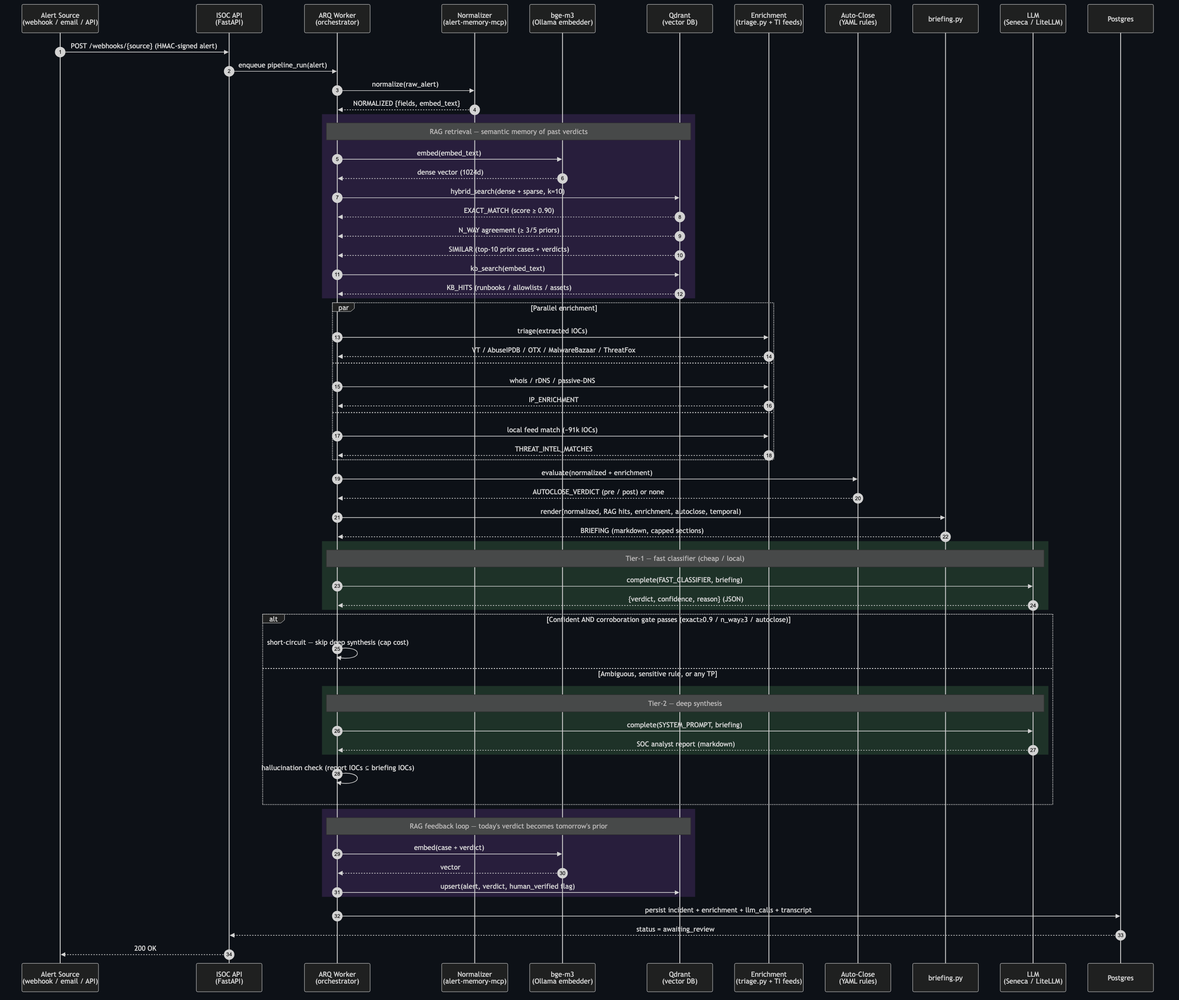
Before: docs/rag-pipeline-sequence.png, a diagram exported from Mermaid (tallcyberguy/eksir). Its source is kept beside it as docs/rag-pipeline-sequence.mmd. Its diagram source:
```mermaid
sequenceDiagram
    autonumber
    participant SRC as Alert Source<br/>(webhook / email / API)
    participant API as ISOC API<br/>(FastAPI)
    participant W as ARQ Worker<br/>(orchestrator)
    participant N as Normalizer<br/>(alert-memory-mcp)
    participant E as bge-m3<br/>(Ollama embedder)
    participant Q as Qdrant<br/>(vector DB)
    participant TI as Enrichment<br/>(triage.py + TI feeds)
    participant AC as Auto-Close<br/>(YAML rules)
    participant B as briefing.py
    participant LLM as LLM<br/>(Seneca / LiteLLM)
    participant DB as Postgres

    SRC->>API: POST /webhooks/{source} (HMAC-signed alert)
    API->>W: enqueue pipeline_run(alert)
    W->>N: normalize(raw_alert)
    N-->>W: NORMALIZED {fields, embed_text}

    rect rgb(40, 30, 60)
    Note over W,Q: RAG retrieval — semantic memory of past verdicts
    W->>E: embed(embed_text)
    E-->>W: dense vector (1024d)
    W->>Q: hybrid_search(dense + sparse, k=10)
    Q-->>W: EXACT_MATCH (score ≥ 0.90)
    Q-->>W: N_WAY agreement (≥ 3/5 priors)
    Q-->>W: SIMILAR (top-10 prior cases + verdicts)
    W->>Q: kb_search(embed_text)
    Q-->>W: KB_HITS (runbooks / allowlists / assets)
    end

    par Parallel enrichment
        W->>TI: triage(extracted IOCs)
        TI-->>W: VT / AbuseIPDB / OTX / MalwareBazaar / ThreatFox
    and
        W->>TI: whois / rDNS / passive-DNS
        TI-->>W: IP_ENRICHMENT
    and
        W->>TI: local feed match (~91k IOCs)
        TI-->>W: THREAT_INTEL_MATCHES
    end

    W->>AC: evaluate(normalized + enrichment)
    AC-->>W: AUTOCLOSE_VERDICT (pre / post) or none

    W->>B: render(normalized, RAG hits, enrichment, autoclose, temporal)
    B-->>W: BRIEFING (markdown, capped sections)

    rect rgb(30, 50, 40)
    Note over W,LLM: Tier-1 — fast classifier (cheap / local)
    W->>LLM: complete(FAST_CLASSIFIER, briefing)
    LLM-->>W: {verdict, confidence, reason} (JSON)
    end

    alt Confident AND corroboration gate passes (exact≥0.9 / n_way≥3 / autoclose)
        W->>W: short-circuit — skip deep synthesis (cap cost)
    else Ambiguous, sensitive rule, or any TP
        rect rgb(30, 50, 40)
        Note over W,LLM: Tier-2 — deep synthesis
        W->>LLM: complete(SYSTEM_PROMPT, briefing)
        LLM-->>W: SOC analyst report (markdown)
        end
        W->>W: hallucination check (report IOCs ⊆ briefing IOCs)
    end

    rect rgb(40, 30, 60)
    Note over W,Q: RAG feedback loop — today's verdict becomes tomorrow's prior
    W->>E: embed(case + verdict)
    E-->>W: vector
    W->>Q: upsert(alert, verdict, human_verified flag)
    end

    W->>DB: persist incident + enrichment + llm_calls + transcript
    DB-->>API: status = awaiting_review
    API-->>SRC: 200 OK
```
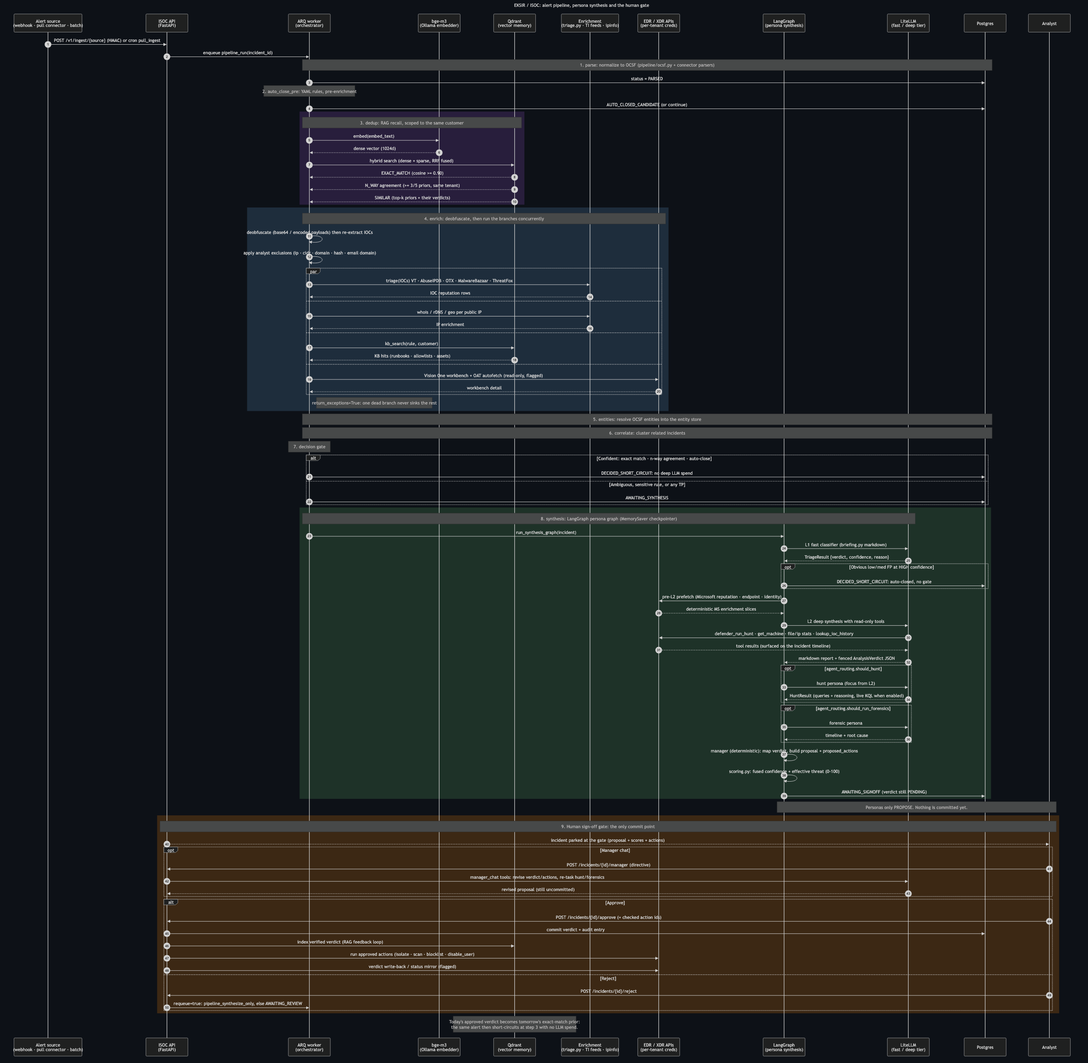
After the commit.

Commit message:
docs(diagrams): refresh architecture graphs + fix the silently-passing pip-audit job (#64)

What changed in the source:
```diff
@@ -1,75 +1,120 @@
+---
+title: "EKSIR / ISOC: alert pipeline, persona synthesis and the human gate"
+---
 sequenceDiagram
     autonumber
-    participant SRC as Alert Source<br/>(webhook / email / API)
+    participant SRC as Alert source<br/>(webhook · pull connector · batch)
     participant API as ISOC API<br/>(FastAPI)
-    participant W as ARQ Worker<br/>(orchestrator)
-    participant N as Normalizer<br/>(alert-memory-mcp)
+    participant W as ARQ worker<br/>(orchestrator)
     participant E as bge-m3<br/>(Ollama embedder)
-    participant Q as Qdrant<br/>(vector DB)
-    participant TI as Enrichment<br/>(triage.py + TI feeds)
-    participant AC as Auto-Close<br/>(YAML rules)
-    participant B as briefing.py
-    participant LLM as LLM<br/>(Seneca / LiteLLM)
+    participant Q as Qdrant<br/>(vector memory)
+    participant TI as Enrichment<br/>(triage.py · TI feeds · ipinfo)
+    participant EDR as EDR / XDR APIs<br/>(per-tenant creds)
+    participant G as LangGraph<br/>(persona synthesis)
+    participant LLM as LiteLLM<br/>(fast / deep tier)
     participant DB as Postgres
+    participant AN as Analyst
 
-    SRC->>API: POST /webhooks/{source} (HMAC-signed alert)
-    API->>W: enqueue pipeline_run(alert)
-    W->>N: normalize(raw_alert)
-    N-->>W: NORMALIZED {fields, embed_text}
+    SRC->>API: POST /v1/ingest/{source} (HMAC) or cron pull_ingest
+    API->>W: enqueue pipeline_run(incident_id)
+
+    Note over W,DB: 1. parse: normalize to OCSF (pipeline/ocsf.py + connector parsers)
+    W->>DB: status = PARSED
+
+    Note over W: 2. auto_close_pre: YAML rules, pre-enrichment
+    W->>DB: AUTO_CLOSED_CANDIDATE (or continue)
 
     rect rgb(40, 30, 60)
-    Note over W,Q: RAG retrieval — semantic memory of past verdicts
+    Note over W,Q: 3. dedup: RAG recall, scoped to the same customer
     W->>E: embed(embed_text)
     E-->>W: dense vector (1024d)
-    W->>Q: hybrid_search(dense + sparse, k=10)
-    Q-->>W: EXACT_MATCH (score ≥ 0.90)
-    Q-->>W: N_WAY agreement (≥ 3/5 priors)
-    Q-->>W: SIMILAR (top-10 prior cases + verdicts)
-    W->>Q: kb_search(embed_text)
-    Q-->>W: KB_HITS (runbooks / allowlists / assets)
+    W->>Q: hybrid search (dense + sparse, RRF fused)
+    Q-->>W: EXACT_MATCH (cosine >= 0.90)
+    Q-->>W: N_WAY agreement (>= 3/5 priors, same tenant)
+    Q-->>W: SIMILAR (top-k priors + their verdicts)
     end
 
-    par Parallel enrichment
-        W->>TI: triage(extracted IOCs)
-        TI-->>W: VT / AbuseIPDB / OTX / MalwareBazaar / ThreatFox
+    rect rgb(30, 45, 60)
+    Note over W,EDR: 4. enrich: deobfuscate, then run the branches concurrently
+    W->>W: deobfuscate (base64 / encoded payloads) then re-extract IOCs
+    W->>W: apply analyst exclusions (ip · cidr · domain · hash · email domain)
+    par
+        W->>TI: triage(IOCs) VT · AbuseIPDB · OTX · MalwareBazaar · ThreatFox
+        TI-->>W: IOC reputation rows
     and
-        W->>TI: whois / rDNS / passive-DNS
-        TI-->>W: IP_ENRICHMENT
+        W->>TI: whois / rDNS / geo per public IP
+        TI-->>W: IP enrichment
     and
-        W->>TI: local feed match (~91k IOCs)
-        TI-->>W: THREAT_INTEL_MATCHES
+        W->>Q: kb_search(rule, customer)
+        Q-->>W: KB hits (runbooks · allowlists · assets)
+    and
+        W->>EDR: Vision One workbench + OAT autofetch (read-only, flagged)
+        EDR-->>W: workbench detail
+    end
+    Note right of W: return_exceptions=True: one dead branch never sinks the rest
     end
 
-    W->>AC: evaluate(normalized + enrichment)
-    AC-->>W: AUTOCLOSE_VERDICT (pre / post) or none
+    Note over W,DB: 5. entities: resolve OCSF entities into the entity store
+    Note over W,DB: 6. correlate: cluster related incidents
 
-    W->>B: render(normalized, RAG hits, enrichment, autoclose, temporal)
-    B-->>W: BRIEFING (markdown, capped sections)
+    Note over W: 7. decision gate
+    alt Confident: exact match · n-way agreement · auto-close
+        W->>DB: DECIDED_SHORT_CIRCUIT: no deep LLM spend
+    else Ambiguous, sensitive rule, or any TP
+        W->>DB: AWAITING_SYNTHESIS
+    end
 
     rect rgb(30, 50, 40)
-    Note over W,LLM: Tier-1 — fast classifier (cheap / local)
-    W->>LLM: complete(FAST_CLASSIFIER, briefing)
-    LLM-->>W: {verdict, confidence, reason} (JSON)
+    Note over W,LLM: 8. synthesis: LangGraph persona graph (MemorySaver checkpointer)
+    W->>G: run_synthesis_graph(incident)
+
+    G->>LLM: L1 fast classifier (briefing.py markdown)
+    LLM-->>G: TriageResult {verdict, confidence, reason}
+    opt Obvious low/med FP at HIGH confidence
+        G->>DB: DECIDED_SHORT_CIRCUIT: auto-closed, no gate
     end
 
-    alt Confident AND corroboration gate passes (exact≥0.9 / n_way≥3 / autoclose)
-        W->>W: short-circuit — skip deep synthesis (cap cost)
-    else Ambiguous, sensitive rule, or any TP
-        rect rgb(30, 50, 40)
-        Note over W,LLM: Tier-2 — deep synthesis
-        W->>LLM: complete(SYSTEM_PROMPT, briefing)
-        LLM-->>W: SOC analyst report (markdown)
-        end
-        W->>W: hallucination check (report IOCs ⊆ briefing IOCs)
+    G->>EDR: pre-L2 prefetch (Microsoft reputation · endpoint · identity)
+    EDR-->>G: deterministic MS enrichment slices
+    G->>LLM: L2 deep synthesis with read-only tools
+    LLM->>EDR: defender_run_hunt · get_machine · file/ip stats · lookup_ioc_history
+    EDR-->>LLM: tool results (surfaced on the incident timeline)
+    LLM-->>G: markdown report + fenced AnalysisVerdict JSON
+
+    opt agent_routing.should_hunt
+        G->>LLM: hunt persona (focus from L2)
+        LLM-->>G: HuntResult (queries + reasoning, live KQL when enabled)
+    end
+    opt agent_routing.should_run_forensics
+        G->>LLM: forensic persona
+        LLM-->>G: timeline + root cause
     end
 
-    rect rgb(40, 30, 60)
-    Note over W,Q: RAG feedback loop — today's verdict becomes tomorrow's prior
-    W->>E: embed(case + verdict)
-    E-->>W: vector
-    W->>Q: upsert(alert, verdict, human_verified flag)
+    G->>G: manager (deterministic): map verdict, build proposal + proposed_actions
+    G->>G: scoring.py: fused confidence + effective threat (0-100)
+    G->>DB: AWAITING_SIGNOFF (verdict still PENDING)
     end
 
-    W->>DB: persist incident + enrichment + llm_calls + transcript
-    DB-->>API: status = awaiting_review
-    API-->>SRC: 200 OK
+    Note over G,AN: Personas only PROPOSE. Nothing is committed yet.
+
+    rect rgb(60, 40, 20)
+    Note over AN,API: 9. Human sign-off gate: the only commit point
+    API-->>AN: incident parked at the gate (proposal + scores + actions)
+    opt Manager chat
+        AN->>API: POST /incidents/{id}/manager (directive)
+        API->>LLM: manager_chat tools: revise verdict/actions, re-task hunt/forensics
+        LLM-->>API: revised proposal (still uncommitted)
+    end
+    alt Approve
+        AN->>API: POST /incidents/{id}/approve (+ checked action ids)
+        API->>DB: commit verdict + audit entry
+        API->>Q: index verified verdict (RAG feedback loop)
+        API->>EDR: run approved actions (isolate · scan · blocklist · disable_user)
+        API->>EDR: verdict write-back / status mirror (flagged)
+    else Reject
+        AN->>API: POST /incidents/{id}/reject
+        API->>W: requeue=true: pipeline_synthesize_only, else AWAITING_REVIEW
+    end
+    end
+
+    Note over Q: Today's approved verdict becomes tomorrow's exact-match prior:<br/>the same alert then short-circuits at step 3 with no LLM spend.
```
